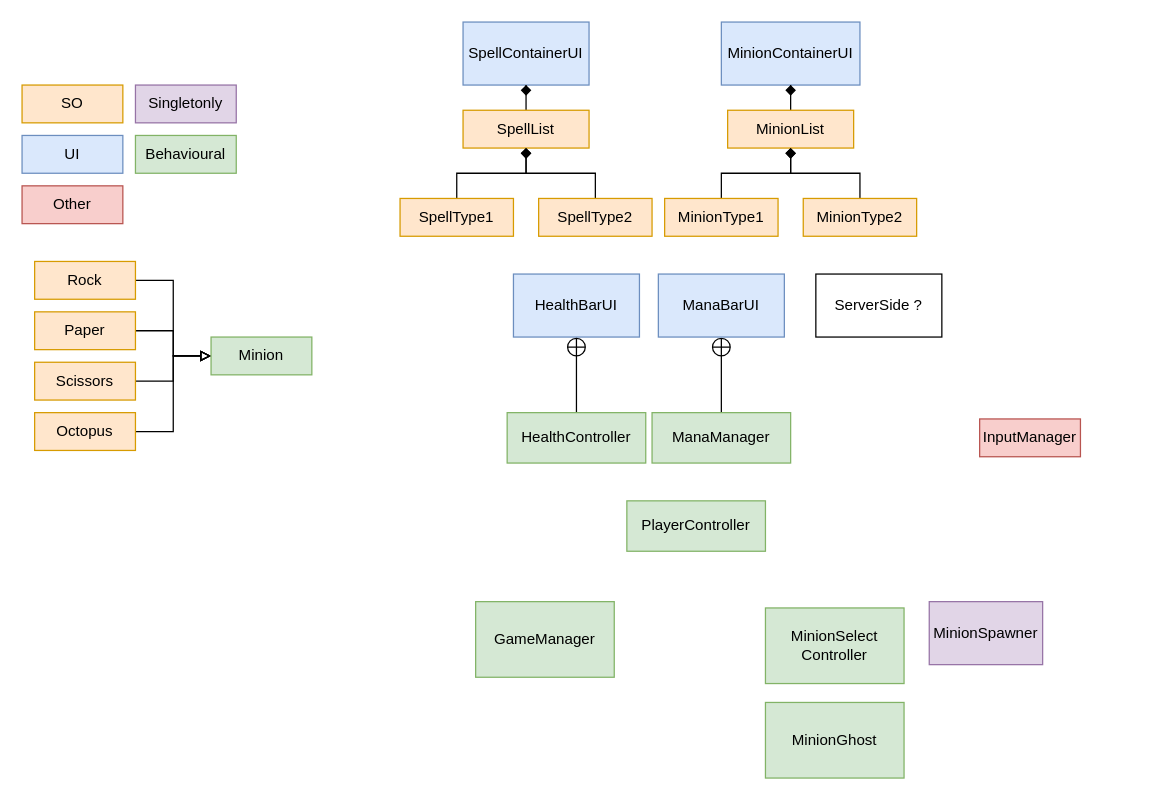
The draw.io diagram Assets/RPO.drawio in omerasikoglu/RPO, before the edit. Source tidied: cells renumbered, new cells numbered last; positions are measured from the earlier drawing's top-left corner, leaving out a move shared by most shapes. Both pictures are drawn from the tidied source at 126%, with x=0, y=0 at pixel (21, 21).
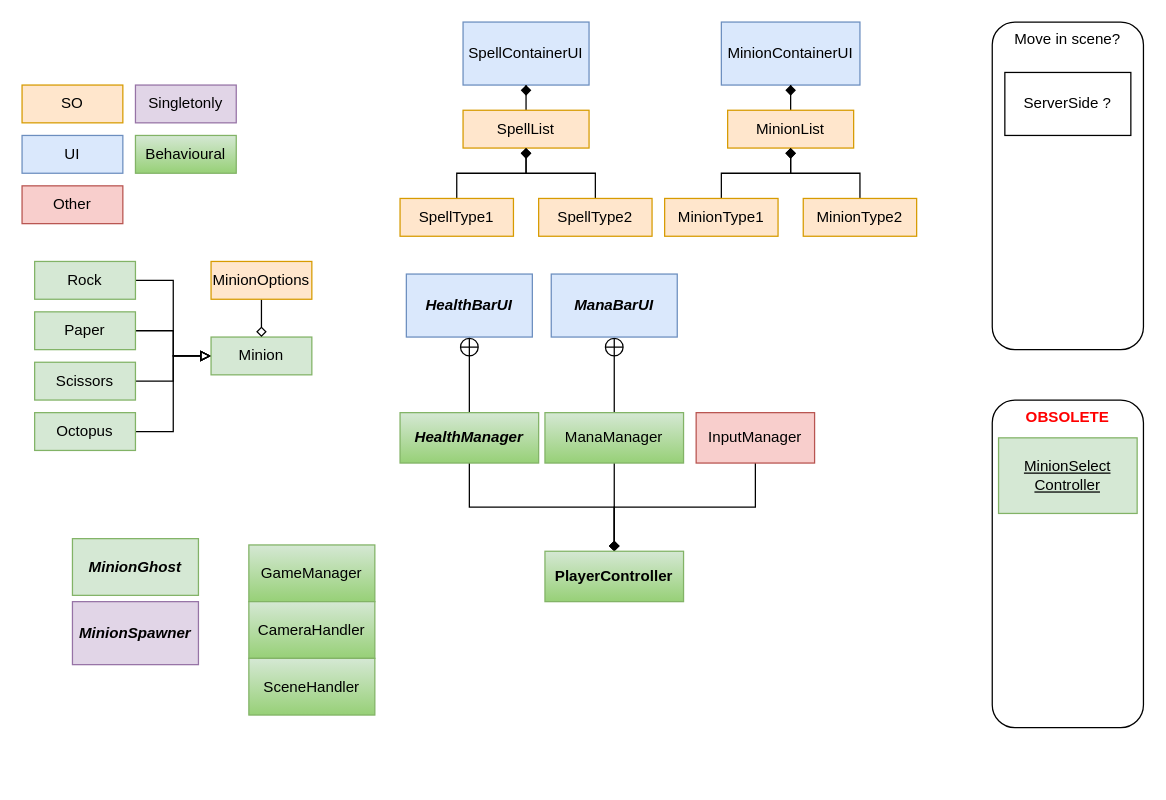
The same diagram, later.

The change refers to these unchanged cells:
```xml
<mxCell id="11" value="Minion" style="rounded=0;whiteSpace=wrap;html=1;fillColor=#d5e8d4;strokeColor=#82b366;" parent="1" vertex="1">
  <mxGeometry x="150" y="250" width="80" height="30" as="geometry" />
</mxCell>
```

Diff of the diagram source:
```diff
@@
-    <mxCell id="3" value="Rock" style="rounded=0;whiteSpace=wrap;html=1;fillColor=#ffe6cc;strokeColor=#d79b00;" parent="1" vertex="1">
+    <mxCell id="3" value="Rock" style="rounded=0;whiteSpace=wrap;html=1;fillColor=#d5e8d4;strokeColor=#82b366;" parent="1" vertex="1">
       <mxGeometry x="10" y="190" width="80" height="30" as="geometry" />
     </mxCell>
@@
-    <mxCell id="5" value="Paper" style="rounded=0;whiteSpace=wrap;html=1;fillColor=#ffe6cc;strokeColor=#d79b00;" parent="1" vertex="1">
+    <mxCell id="5" value="Paper" style="rounded=0;whiteSpace=wrap;html=1;fillColor=#d5e8d4;strokeColor=#82b366;" parent="1" vertex="1">
       <mxGeometry x="10" y="230" width="80" height="30" as="geometry" />
     </mxCell>
@@
-    <mxCell id="7" value="Scissors" style="rounded=0;whiteSpace=wrap;html=1;fillColor=#ffe6cc;strokeColor=#d79b00;" parent="1" vertex="1">
+    <mxCell id="7" value="Scissors" style="rounded=0;whiteSpace=wrap;html=1;fillColor=#d5e8d4;strokeColor=#82b366;" parent="1" vertex="1">
       <mxGeometry x="10" y="270" width="80" height="30" as="geometry" />
     </mxCell>
@@
-    <mxCell id="9" value="Octopus" style="rounded=0;whiteSpace=wrap;html=1;fillColor=#ffe6cc;strokeColor=#d79b00;" parent="1" vertex="1">
+    <mxCell id="9" value="Octopus" style="rounded=0;whiteSpace=wrap;html=1;fillColor=#d5e8d4;strokeColor=#82b366;" parent="1" vertex="1">
       <mxGeometry x="10" y="310" width="80" height="30" as="geometry" />
     </mxCell>
-    <mxCell id="10" value="MinionSpawner" style="rounded=0;whiteSpace=wrap;html=1;fillColor=#e1d5e7;strokeColor=#9673a6;" parent="1" vertex="1">
-      <mxGeometry x="720" y="460" width="90" height="50" as="geometry" />
+    <mxCell id="10" value="MinionSpawner" style="rounded=0;whiteSpace=wrap;html=1;fillColor=#e1d5e7;strokeColor=#9673a6;fontStyle=3;" parent="1" vertex="1">
+      <mxGeometry x="40" y="460" width="100" height="50" as="geometry" />
     </mxCell>
@@
-    <mxCell id="17" value="Behavioural" style="rounded=0;whiteSpace=wrap;html=1;fillColor=#d5e8d4;strokeColor=#82b366;" parent="1" vertex="1">
+    <mxCell id="17" value="Behavioural" style="rounded=0;whiteSpace=wrap;html=1;fillColor=#d5e8d4;strokeColor=#82b366;gradientColor=#97d077;" parent="1" vertex="1">
       <mxGeometry x="90" y="90" width="80" height="30" as="geometry" />
     </mxCell>
-    <mxCell id="18" value="ServerSide ?" style="rounded=0;whiteSpace=wrap;html=1;" parent="1" vertex="1">
-      <mxGeometry x="630" y="200" width="100" height="50" as="geometry" />
+    <mxCell id="18" value="ServerSide ?" style="rounded=0;whiteSpace=wrap;html=1;direction=west;horizontal=1;" parent="1" vertex="1">
+      <mxGeometry x="780" y="40" width="100" height="50" as="geometry" />
     </mxCell>
-    <mxCell id="19" value="HealthBarUI" style="rounded=0;whiteSpace=wrap;html=1;fillColor=#dae8fc;strokeColor=#6c8ebf;" parent="1" vertex="1">
-      <mxGeometry x="390" y="200" width="100" height="50" as="geometry" />
+    <mxCell id="19" value="HealthBarUI" style="rounded=0;whiteSpace=wrap;html=1;fillColor=#dae8fc;strokeColor=#6c8ebf;fontStyle=3;" parent="1" vertex="1">
+      <mxGeometry x="305" y="200" width="100" height="50" as="geometry" />
     </mxCell>
@@
+    <mxCell id="43" style="edgeStyle=orthogonalEdgeStyle;rounded=0;jettySize=auto;html=1;endArrow=diamond;endFill=1;exitX=0.5;exitY=1;exitDx=0;exitDy=0;" parent="1" edge="1" source="21" target="42">
+      <mxGeometry relative="1" as="geometry" />
+    </mxCell>
-    <mxCell id="21" value="ManaManager" style="rounded=0;whiteSpace=wrap;html=1;fillColor=#d5e8d4;strokeColor=#82b366;" parent="1" vertex="1">
-      <mxGeometry x="500" y="310" width="110" height="40" as="geometry" />
+    <mxCell id="21" value="ManaManager" style="rounded=0;whiteSpace=wrap;html=1;fillColor=#d5e8d4;strokeColor=#82b366;gradientColor=#97d077;" parent="1" vertex="1">
+      <mxGeometry x="415" y="310" width="110" height="40" as="geometry" />
     </mxCell>
-    <mxCell id="22" value="MinionGhost" style="rounded=0;whiteSpace=wrap;html=1;fillColor=#d5e8d4;strokeColor=#82b366;" parent="1" vertex="1">
-      <mxGeometry x="590" y="540" width="110" height="60" as="geometry" />
+    <mxCell id="22" value="MinionGhost" style="rounded=0;whiteSpace=wrap;html=1;fillColor=#d5e8d4;strokeColor=#82b366;fontStyle=3;" parent="1" vertex="1">
+      <mxGeometry x="40" y="410" width="100" height="45" as="geometry" />
     </mxCell>
-    <mxCell id="23" value="ManaBarUI" style="rounded=0;whiteSpace=wrap;html=1;fillColor=#dae8fc;strokeColor=#6c8ebf;" parent="1" vertex="1">
-      <mxGeometry x="505" y="200" width="100" height="50" as="geometry" />
+    <mxCell id="23" value="ManaBarUI" style="rounded=0;whiteSpace=wrap;html=1;fillColor=#dae8fc;strokeColor=#6c8ebf;fontStyle=3;" parent="1" vertex="1">
+      <mxGeometry x="420" y="200" width="100" height="50" as="geometry" />
     </mxCell>
-    <mxCell id="24" value="MinionSelect&lt;br&gt;Controller" style="rounded=0;whiteSpace=wrap;html=1;fillColor=#d5e8d4;strokeColor=#82b366;" parent="1" vertex="1">
-      <mxGeometry x="590" y="465" width="110" height="60" as="geometry" />
+    <mxCell id="24" value="MinionSelect&lt;br&gt;Controller" style="rounded=0;whiteSpace=wrap;html=1;fillColor=#d5e8d4;strokeColor=#82b366;fontStyle=4;" parent="1" vertex="1">
+      <mxGeometry x="775" y="330" width="110" height="60" as="geometry" />
     </mxCell>
@@
-    <mxCell id="37" value="GameManager" style="rounded=0;whiteSpace=wrap;html=1;fillColor=#d5e8d4;strokeColor=#82b366;" parent="1" vertex="1">
-      <mxGeometry x="360" y="460" width="110" height="60" as="geometry" />
+    <mxCell id="37" value="GameManager" style="rounded=0;whiteSpace=wrap;html=1;fillColor=#d5e8d4;strokeColor=#82b366;gradientColor=#97d077;" parent="1" vertex="1">
+      <mxGeometry x="180" y="415" width="100" height="45" as="geometry" />
     </mxCell>
@@
+    <mxCell id="44" style="edgeStyle=orthogonalEdgeStyle;rounded=0;jettySize=auto;html=1;endArrow=diamond;endFill=1;exitX=0.5;exitY=1;exitDx=0;exitDy=0;" parent="1" edge="1" source="39" target="42">
+      <mxGeometry relative="1" as="geometry" />
+    </mxCell>
-    <mxCell id="39" value="HealthController" style="rounded=0;whiteSpace=wrap;html=1;fillColor=#d5e8d4;strokeColor=#82b366;" parent="1" vertex="1">
-      <mxGeometry x="385" y="310" width="110" height="40" as="geometry" />
+    <mxCell id="39" value="HealthManager" style="rounded=0;whiteSpace=wrap;html=1;fillColor=#d5e8d4;strokeColor=#82b366;gradientColor=#97d077;fontStyle=3;" parent="1" vertex="1">
+      <mxGeometry x="300" y="310" width="110" height="40" as="geometry" />
     </mxCell>
@@
+    <mxCell id="45" style="edgeStyle=orthogonalEdgeStyle;rounded=0;jettySize=auto;html=1;endArrow=diamond;endFill=1;exitX=0.5;exitY=1;exitDx=0;exitDy=0;" parent="1" edge="1" source="41" target="42">
+      <mxGeometry relative="1" as="geometry" />
+    </mxCell>
     <mxCell id="41" value="InputManager" style="rounded=0;whiteSpace=wrap;html=1;fillColor=#f8cecc;strokeColor=#b85450;" parent="1" vertex="1">
-      <mxGeometry x="760" y="315" width="80" height="30" as="geometry" />
+      <mxGeometry x="535" y="310" width="94" height="40" as="geometry" />
     </mxCell>
-    <mxCell id="42" value="PlayerController" style="rounded=0;whiteSpace=wrap;html=1;fillColor=#d5e8d4;strokeColor=#82b366;" parent="1" vertex="1">
-      <mxGeometry x="480" y="380" width="110" height="40" as="geometry" />
+    <mxCell id="42" value="PlayerController" style="rounded=0;whiteSpace=wrap;html=1;fillColor=#d5e8d4;strokeColor=#82b366;gradientColor=#97d077;fontStyle=1;" parent="1" vertex="1">
+      <mxGeometry x="415" y="420" width="110" height="40" as="geometry" />
     </mxCell>
+    <mxCell id="46" value="&lt;div&gt;&lt;span&gt;Move in scene?&lt;/span&gt;&lt;br&gt;&lt;/div&gt;&lt;div&gt;&lt;span&gt;&lt;br&gt;&lt;/span&gt;&lt;/div&gt;" style="rounded=1;whiteSpace=wrap;html=1;align=center;verticalAlign=top;labelPosition=center;verticalLabelPosition=middle;spacingBottom=0;fillColor=none;" parent="1" vertex="1">
+      <mxGeometry x="770" width="120" height="260" as="geometry" />
+    </mxCell>
+    <mxCell id="47" style="edgeStyle=orthogonalEdgeStyle;rounded=0;jettySize=auto;html=1;endArrow=diamond;endFill=0;" parent="1" edge="1" source="48" target="11">
+      <mxGeometry relative="1" as="geometry" />
+    </mxCell>
+    <mxCell id="48" value="MinionOptions" style="rounded=0;whiteSpace=wrap;html=1;fillColor=#ffe6cc;strokeColor=#d79b00;" parent="1" vertex="1">
+      <mxGeometry x="150" y="190" width="80" height="30" as="geometry" />
+    </mxCell>
+    <mxCell id="49" value="CameraHandler" style="rounded=0;whiteSpace=wrap;html=1;fillColor=#d5e8d4;strokeColor=#82b366;gradientColor=#97d077;" parent="1" vertex="1">
+      <mxGeometry x="180" y="460" width="100" height="45" as="geometry" />
+    </mxCell>
+    <mxCell id="50" value="SceneHandler" style="rounded=0;whiteSpace=wrap;html=1;fillColor=#d5e8d4;strokeColor=#82b366;gradientColor=#97d077;" parent="1" vertex="1">
+      <mxGeometry x="180" y="505" width="100" height="45" as="geometry" />
+    </mxCell>
+    <mxCell id="51" value="&lt;div&gt;&lt;b&gt;&lt;font color=&quot;#ff0000&quot;&gt;OBSOLETE&lt;/font&gt;&lt;/b&gt;&lt;/div&gt;" style="rounded=1;html=1;align=center;verticalAlign=top;labelPosition=center;verticalLabelPosition=middle;spacingBottom=0;labelBackgroundColor=default;fillColor=none;arcSize=15;whiteSpace=wrap;" parent="1" vertex="1">
+      <mxGeometry x="770" y="300" width="120" height="260" as="geometry" />
+    </mxCell>
```
